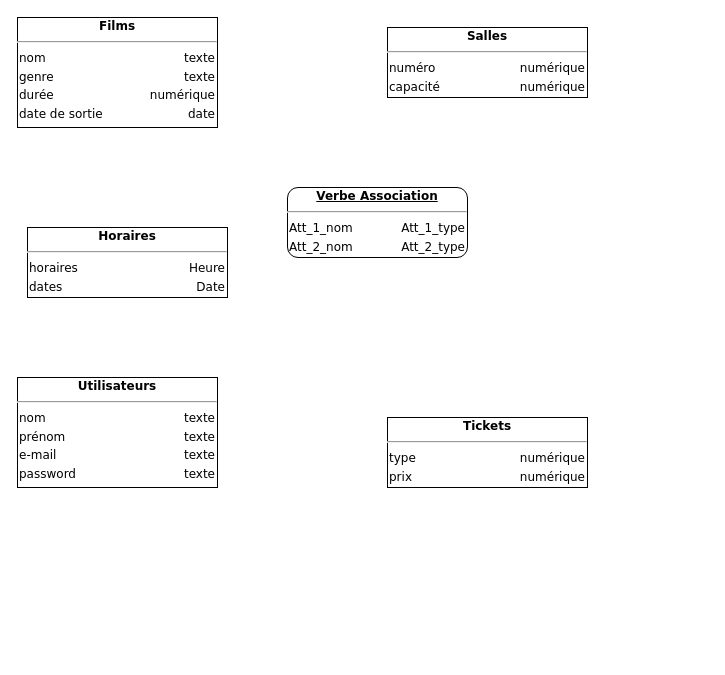
TCamoes15/PROJWEB-BDD keeps this draw.io diagram as Documentation/projweb.drawio. Above is the earlier version. Source tidied: cells renumbered, new cells numbered last; positions are measured from the earlier drawing's top-left corner, leaving out a move shared by most shapes. Both pictures are drawn from the tidied source at 100%, with x=0, y=0 at pixel (17, 17).
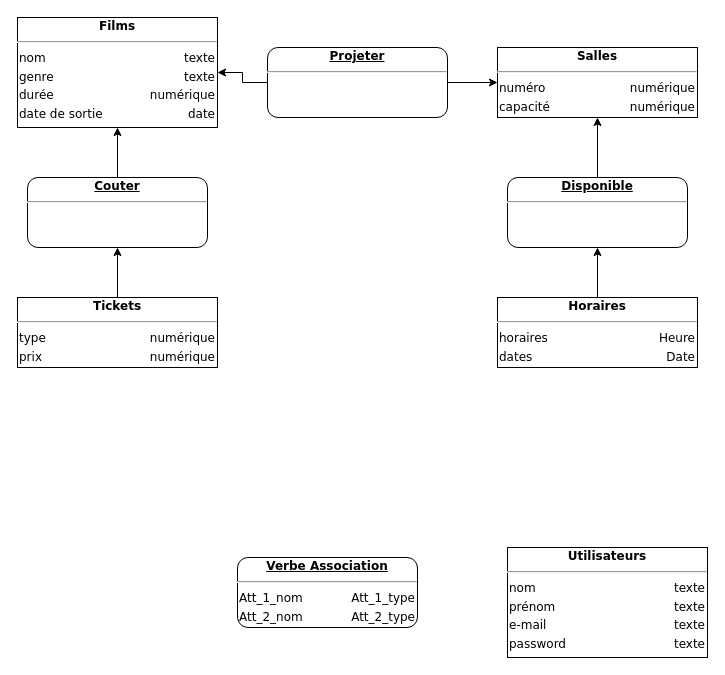
Above is the later version.

The edit, as a diff of the source:
```diff
@@
 <mxGraphModel>
   <root>
     <mxCell id="0" />
     <mxCell id="1" parent="0" />
     <mxCell id="2" value="&lt;div style=&quot;box-sizing: border-box ; width: 100% ; padding: 2px&quot;&gt;&lt;b&gt;&lt;u style=&quot;background-color: rgb(255 , 255 , 255)&quot;&gt;Verbe Association&lt;/u&gt;&lt;/b&gt;&lt;/div&gt;&lt;hr&gt;&lt;table style=&quot;width: 100% ; font-size: 1em&quot; cellpadding=&quot;2&quot; cellspacing=&quot;0&quot;&gt;&lt;tbody&gt;&lt;tr&gt;&lt;td style=&quot;text-align: left&quot;&gt;Att_1_nom&lt;/td&gt;&lt;td style=&quot;text-align: right&quot;&gt;Att_1_type&lt;br&gt;&lt;/td&gt;&lt;/tr&gt;&lt;tr&gt;&lt;td style=&quot;text-align: left&quot;&gt;Att_2_nom&lt;br&gt;&lt;/td&gt;&lt;td style=&quot;text-align: right&quot;&gt;Att_2_type&lt;br&gt;&lt;/td&gt;&lt;/tr&gt;&lt;/tbody&gt;&lt;/table&gt;" style="verticalAlign=top;align=center;overflow=fill;html=1;rounded=1;shadow=0;comic=0;labelBackgroundColor=none;strokeColor=#000000;strokeWidth=1;fillColor=#ffffff;fontFamily=Verdana;fontSize=12;fontColor=#000000;" parent="1" vertex="1">
-      <mxGeometry x="270" y="170" width="180" height="70" as="geometry" />
+      <mxGeometry x="220" y="540" width="180" height="70" as="geometry" />
     </mxCell>
     <mxCell id="3" value="&lt;div style=&quot;box-sizing: border-box ; width: 100% ; padding: 2px&quot;&gt;&lt;span style=&quot;background-color: rgb(255 , 255 , 255)&quot;&gt;&lt;b&gt;Films&lt;/b&gt;&lt;/span&gt;&lt;/div&gt;&lt;hr&gt;&lt;table style=&quot;width: 100% ; font-size: 1em&quot; cellpadding=&quot;2&quot; cellspacing=&quot;0&quot;&gt;&lt;tbody&gt;&lt;tr&gt;&lt;td style=&quot;text-align: left&quot;&gt;nom&amp;nbsp;&lt;/td&gt;&lt;td style=&quot;text-align: right&quot;&gt;texte&lt;/td&gt;&lt;/tr&gt;&lt;tr&gt;&lt;td style=&quot;text-align: left&quot;&gt;genre&lt;/td&gt;&lt;td style=&quot;text-align: right&quot;&gt;texte&lt;/td&gt;&lt;/tr&gt;&lt;tr&gt;&lt;td style=&quot;text-align: left&quot;&gt;durée&lt;/td&gt;&lt;td style=&quot;text-align: right&quot;&gt;numérique&lt;/td&gt;&lt;/tr&gt;&lt;tr&gt;&lt;td style=&quot;text-align: left&quot;&gt;date de sortie&lt;/td&gt;&lt;td style=&quot;text-align: right&quot;&gt;date&lt;/td&gt;&lt;/tr&gt;&lt;/tbody&gt;&lt;/table&gt;" style="verticalAlign=top;align=center;overflow=fill;html=1;rounded=0;shadow=0;comic=0;labelBackgroundColor=none;strokeColor=#000000;strokeWidth=1;fillColor=#ffffff;fontFamily=Verdana;fontSize=12;fontColor=#000000;" parent="1" vertex="1">
       <mxGeometry width="200" height="110" as="geometry" />
     </mxCell>
     <mxCell id="4" value="&lt;div style=&quot;box-sizing: border-box ; width: 100% ; padding: 2px&quot;&gt;&lt;span style=&quot;background-color: rgb(255 , 255 , 255)&quot;&gt;&lt;b&gt;Salles&lt;/b&gt;&lt;/span&gt;&lt;/div&gt;&lt;hr&gt;&lt;table style=&quot;width: 100% ; font-size: 1em&quot; cellpadding=&quot;2&quot; cellspacing=&quot;0&quot;&gt;&lt;tbody&gt;&lt;tr&gt;&lt;td style=&quot;text-align: left&quot;&gt;numéro&lt;/td&gt;&lt;td style=&quot;text-align: right&quot;&gt;numérique&lt;/td&gt;&lt;/tr&gt;&lt;tr&gt;&lt;td style=&quot;text-align: left&quot;&gt;capacité&lt;/td&gt;&lt;td style=&quot;text-align: right&quot;&gt;numérique&lt;/td&gt;&lt;/tr&gt;&lt;tr&gt;&lt;td style=&quot;text-align: left&quot;&gt;&lt;/td&gt;&lt;td style=&quot;text-align: right&quot;&gt;&lt;br&gt;&lt;/td&gt;&lt;/tr&gt;&lt;/tbody&gt;&lt;/table&gt;" style="verticalAlign=top;align=center;overflow=fill;html=1;rounded=0;shadow=0;comic=0;labelBackgroundColor=none;strokeColor=#000000;strokeWidth=1;fillColor=#ffffff;fontFamily=Verdana;fontSize=12;fontColor=#000000;" parent="1" vertex="1">
-      <mxGeometry x="370" y="10" width="200" height="70" as="geometry" />
+      <mxGeometry x="480" y="30" width="200" height="70" as="geometry" />
     </mxCell>
+    <mxCell id="8" style="edgeStyle=orthogonalEdgeStyle;rounded=0;jettySize=auto;html=1;exitX=0.5;exitY=0;exitDx=0;exitDy=0;entryX=0.5;entryY=1;entryDx=0;entryDy=0;" parent="1" edge="1" source="5" target="11">
+      <mxGeometry relative="1" as="geometry" />
+    </mxCell>
     <mxCell id="5" value="&lt;div style=&quot;box-sizing: border-box ; width: 100% ; padding: 2px&quot;&gt;&lt;span style=&quot;background-color: rgb(255 , 255 , 255)&quot;&gt;&lt;b&gt;Tickets&lt;/b&gt;&lt;/span&gt;&lt;/div&gt;&lt;hr&gt;&lt;table style=&quot;width: 100% ; font-size: 1em&quot; cellpadding=&quot;2&quot; cellspacing=&quot;0&quot;&gt;&lt;tbody&gt;&lt;tr&gt;&lt;td style=&quot;text-align: left&quot;&gt;type&lt;/td&gt;&lt;td style=&quot;text-align: right&quot;&gt;numérique&lt;/td&gt;&lt;/tr&gt;&lt;tr&gt;&lt;td style=&quot;text-align: left&quot;&gt;prix&lt;/td&gt;&lt;td style=&quot;text-align: right&quot;&gt;numérique&lt;/td&gt;&lt;/tr&gt;&lt;tr&gt;&lt;td style=&quot;text-align: left&quot;&gt;&lt;/td&gt;&lt;td style=&quot;text-align: right&quot;&gt;&lt;br&gt;&lt;/td&gt;&lt;/tr&gt;&lt;/tbody&gt;&lt;/table&gt;" style="verticalAlign=top;align=center;overflow=fill;html=1;rounded=0;shadow=0;comic=0;labelBackgroundColor=none;strokeColor=#000000;strokeWidth=1;fillColor=#ffffff;fontFamily=Verdana;fontSize=12;fontColor=#000000;" parent="1" vertex="1">
-      <mxGeometry x="370" y="400" width="200" height="70" as="geometry" />
+      <mxGeometry y="280" width="200" height="70" as="geometry" />
     </mxCell>
+    <mxCell id="9" style="edgeStyle=orthogonalEdgeStyle;rounded=0;jettySize=auto;html=1;exitX=0.5;exitY=0;exitDx=0;exitDy=0;entryX=0.5;entryY=1;entryDx=0;entryDy=0;" parent="1" edge="1" source="6" target="13">
+      <mxGeometry relative="1" as="geometry" />
+    </mxCell>
     <mxCell id="6" value="&lt;div style=&quot;box-sizing: border-box ; width: 100% ; padding: 2px&quot;&gt;&lt;span style=&quot;background-color: rgb(255 , 255 , 255)&quot;&gt;&lt;b&gt;Horaires&lt;/b&gt;&lt;/span&gt;&lt;/div&gt;&lt;hr&gt;&lt;table style=&quot;width: 100% ; font-size: 1em&quot; cellpadding=&quot;2&quot; cellspacing=&quot;0&quot;&gt;&lt;tbody&gt;&lt;tr&gt;&lt;td style=&quot;text-align: left&quot;&gt;horaires&lt;/td&gt;&lt;td style=&quot;text-align: right&quot;&gt;Heure&lt;/td&gt;&lt;/tr&gt;&lt;tr&gt;&lt;td style=&quot;text-align: left&quot;&gt;dates&lt;/td&gt;&lt;td style=&quot;text-align: right&quot;&gt;Date&lt;/td&gt;&lt;/tr&gt;&lt;tr&gt;&lt;td style=&quot;text-align: left&quot;&gt;&lt;/td&gt;&lt;td style=&quot;text-align: right&quot;&gt;&lt;br&gt;&lt;/td&gt;&lt;/tr&gt;&lt;/tbody&gt;&lt;/table&gt;" style="verticalAlign=top;align=center;overflow=fill;html=1;rounded=0;shadow=0;comic=0;labelBackgroundColor=none;strokeColor=#000000;strokeWidth=1;fillColor=#ffffff;fontFamily=Verdana;fontSize=12;fontColor=#000000;" parent="1" vertex="1">
-      <mxGeometry x="10" y="210" width="200" height="70" as="geometry" />
+      <mxGeometry x="480" y="280" width="200" height="70" as="geometry" />
     </mxCell>
     <mxCell id="7" value="&lt;div style=&quot;box-sizing: border-box ; width: 100% ; padding: 2px&quot;&gt;&lt;span style=&quot;background-color: rgb(255 , 255 , 255)&quot;&gt;&lt;b&gt;Utilisateurs&lt;/b&gt;&lt;/span&gt;&lt;/div&gt;&lt;hr&gt;&lt;table style=&quot;width: 100% ; font-size: 1em&quot; cellpadding=&quot;2&quot; cellspacing=&quot;0&quot;&gt;&lt;tbody&gt;&lt;tr&gt;&lt;td style=&quot;text-align: left&quot;&gt;nom&amp;nbsp;&lt;/td&gt;&lt;td style=&quot;text-align: right&quot;&gt;texte&lt;/td&gt;&lt;/tr&gt;&lt;tr&gt;&lt;td style=&quot;text-align: left&quot;&gt;prénom&amp;nbsp;&lt;/td&gt;&lt;td style=&quot;text-align: right&quot;&gt;texte&lt;/td&gt;&lt;/tr&gt;&lt;tr&gt;&lt;td style=&quot;text-align: left&quot;&gt;e-mail&lt;/td&gt;&lt;td style=&quot;text-align: right&quot;&gt;texte&lt;/td&gt;&lt;/tr&gt;&lt;tr&gt;&lt;td style=&quot;text-align: left&quot;&gt;password&lt;/td&gt;&lt;td style=&quot;text-align: right&quot;&gt;texte&lt;/td&gt;&lt;/tr&gt;&lt;/tbody&gt;&lt;/table&gt;" style="verticalAlign=top;align=center;overflow=fill;html=1;rounded=0;shadow=0;comic=0;labelBackgroundColor=none;strokeColor=#000000;strokeWidth=1;fillColor=#ffffff;fontFamily=Verdana;fontSize=12;fontColor=#000000;" parent="1" vertex="1">
-      <mxGeometry y="360" width="200" height="110" as="geometry" />
+      <mxGeometry x="490" y="530" width="200" height="110" as="geometry" />
     </mxCell>
+    <mxCell id="10" style="edgeStyle=orthogonalEdgeStyle;rounded=0;jettySize=auto;html=1;exitX=0.5;exitY=0;exitDx=0;exitDy=0;entryX=0.5;entryY=1;entryDx=0;entryDy=0;" parent="1" edge="1" source="11" target="3">
+      <mxGeometry relative="1" as="geometry" />
+    </mxCell>
+    <mxCell id="11" value="&lt;div style=&quot;box-sizing: border-box ; width: 100% ; padding: 2px&quot;&gt;&lt;span style=&quot;background-color: rgb(255 , 255 , 255)&quot;&gt;&lt;b&gt;&lt;u&gt;Couter&lt;/u&gt;&lt;/b&gt;&lt;/span&gt;&lt;/div&gt;&lt;hr&gt;&lt;table style=&quot;width: 100% ; font-size: 1em&quot; cellpadding=&quot;2&quot; cellspacing=&quot;0&quot;&gt;&lt;tbody&gt;&lt;tr&gt;&lt;td style=&quot;text-align: left&quot;&gt;&lt;br&gt;&lt;/td&gt;&lt;td style=&quot;text-align: right&quot;&gt;&lt;br&gt;&lt;/td&gt;&lt;/tr&gt;&lt;tr&gt;&lt;td style=&quot;text-align: left&quot;&gt;&lt;br&gt;&lt;/td&gt;&lt;td style=&quot;text-align: right&quot;&gt;&lt;br&gt;&lt;/td&gt;&lt;/tr&gt;&lt;/tbody&gt;&lt;/table&gt;" style="verticalAlign=top;align=center;overflow=fill;html=1;rounded=1;shadow=0;comic=0;labelBackgroundColor=none;strokeColor=#000000;strokeWidth=1;fillColor=#ffffff;fontFamily=Verdana;fontSize=12;fontColor=#000000;" parent="1" vertex="1">
+      <mxGeometry x="10" y="160" width="180" height="70" as="geometry" />
+    </mxCell>
+    <mxCell id="12" style="edgeStyle=orthogonalEdgeStyle;rounded=0;jettySize=auto;html=1;exitX=0.5;exitY=0;exitDx=0;exitDy=0;entryX=0.5;entryY=1;entryDx=0;entryDy=0;" parent="1" edge="1" source="13" target="4">
+      <mxGeometry relative="1" as="geometry" />
+    </mxCell>
+    <mxCell id="13" value="&lt;div style=&quot;box-sizing: border-box ; width: 100% ; padding: 2px&quot;&gt;&lt;span style=&quot;background-color: rgb(255 , 255 , 255)&quot;&gt;&lt;b&gt;&lt;u&gt;Disponible&lt;/u&gt;&lt;/b&gt;&lt;/span&gt;&lt;/div&gt;&lt;hr&gt;&lt;table style=&quot;width: 100% ; font-size: 1em&quot; cellpadding=&quot;2&quot; cellspacing=&quot;0&quot;&gt;&lt;tbody&gt;&lt;tr&gt;&lt;td style=&quot;text-align: left&quot;&gt;&lt;br&gt;&lt;/td&gt;&lt;td style=&quot;text-align: right&quot;&gt;&lt;br&gt;&lt;/td&gt;&lt;/tr&gt;&lt;tr&gt;&lt;td style=&quot;text-align: left&quot;&gt;&lt;br&gt;&lt;/td&gt;&lt;td style=&quot;text-align: right&quot;&gt;&lt;br&gt;&lt;/td&gt;&lt;/tr&gt;&lt;/tbody&gt;&lt;/table&gt;" style="verticalAlign=top;align=center;overflow=fill;html=1;rounded=1;shadow=0;comic=0;labelBackgroundColor=none;strokeColor=#000000;strokeWidth=1;fillColor=#ffffff;fontFamily=Verdana;fontSize=12;fontColor=#000000;" parent="1" vertex="1">
+      <mxGeometry x="490" y="160" width="180" height="70" as="geometry" />
+    </mxCell>
+    <mxCell id="14" style="edgeStyle=orthogonalEdgeStyle;rounded=0;jettySize=auto;html=1;exitX=1;exitY=0.5;exitDx=0;exitDy=0;entryX=0;entryY=0.5;entryDx=0;entryDy=0;" parent="1" edge="1" source="16" target="4">
+      <mxGeometry relative="1" as="geometry" />
+    </mxCell>
+    <mxCell id="15" style="edgeStyle=orthogonalEdgeStyle;rounded=0;jettySize=auto;html=1;exitX=0;exitY=0.5;exitDx=0;exitDy=0;entryX=1;entryY=0.5;entryDx=0;entryDy=0;" parent="1" edge="1" source="16" target="3">
+      <mxGeometry relative="1" as="geometry" />
+    </mxCell>
+    <mxCell id="16" value="&lt;div style=&quot;box-sizing: border-box ; width: 100% ; padding: 2px&quot;&gt;&lt;span style=&quot;background-color: rgb(255 , 255 , 255)&quot;&gt;&lt;b&gt;&lt;u&gt;Projeter&lt;/u&gt;&lt;/b&gt;&lt;/span&gt;&lt;/div&gt;&lt;hr&gt;&lt;table style=&quot;width: 100% ; font-size: 1em&quot; cellpadding=&quot;2&quot; cellspacing=&quot;0&quot;&gt;&lt;tbody&gt;&lt;tr&gt;&lt;td style=&quot;text-align: left&quot;&gt;&lt;br&gt;&lt;/td&gt;&lt;td style=&quot;text-align: right&quot;&gt;&lt;br&gt;&lt;/td&gt;&lt;/tr&gt;&lt;tr&gt;&lt;td style=&quot;text-align: left&quot;&gt;&lt;br&gt;&lt;/td&gt;&lt;td style=&quot;text-align: right&quot;&gt;&lt;br&gt;&lt;/td&gt;&lt;/tr&gt;&lt;/tbody&gt;&lt;/table&gt;" style="verticalAlign=top;align=center;overflow=fill;html=1;rounded=1;shadow=0;comic=0;labelBackgroundColor=none;strokeColor=#000000;strokeWidth=1;fillColor=#ffffff;fontFamily=Verdana;fontSize=12;fontColor=#000000;" parent="1" vertex="1">
+      <mxGeometry x="250" y="30" width="180" height="70" as="geometry" />
+    </mxCell>
   </root>
 </mxGraphModel>
```
